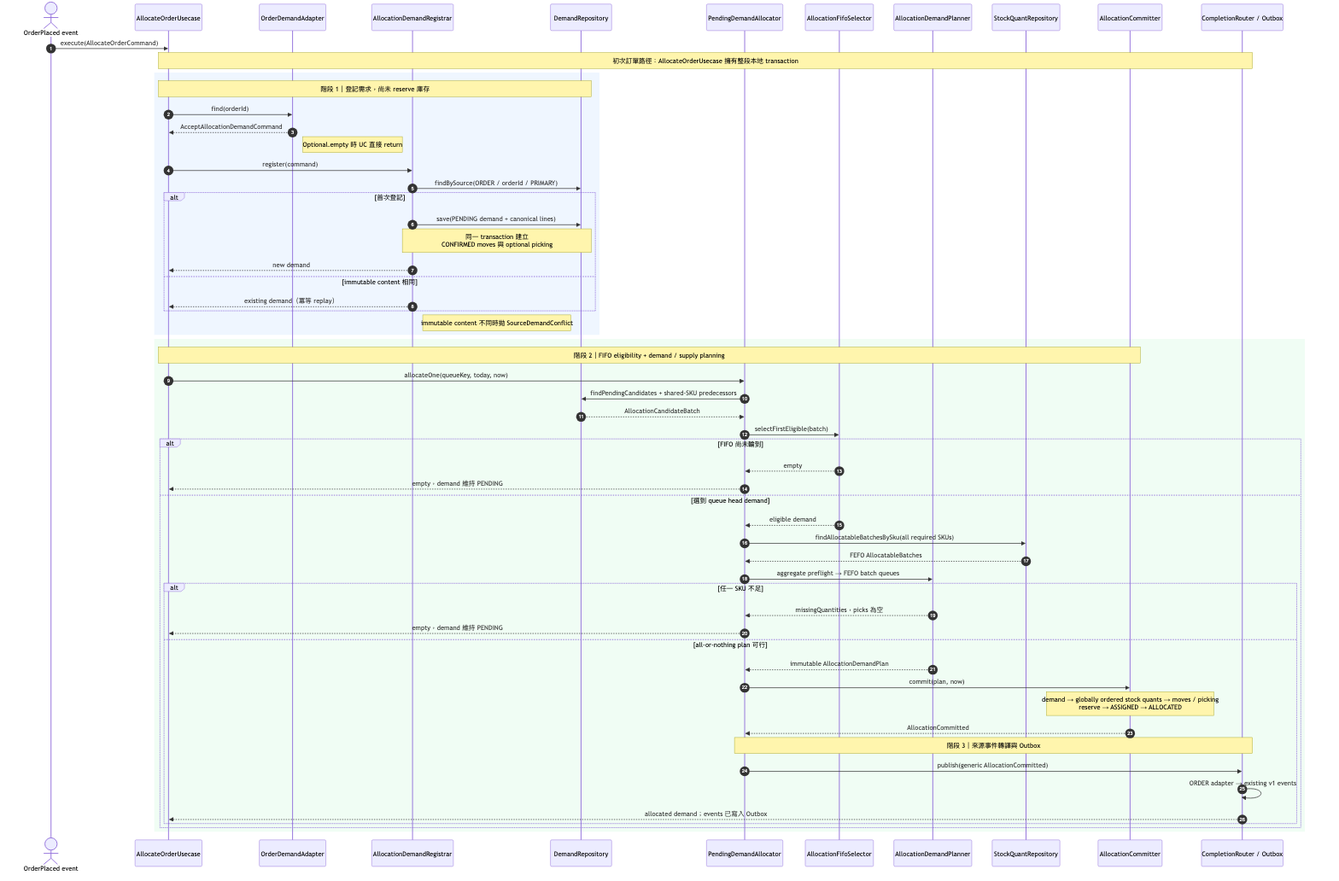
The Mermaid diagram docs/images/allocation-order-sequence.png in zhjiangexe/order-allocation-arch-demo, before a commit. Its source is kept beside it as docs/diagrams/allocation-order-sequence.mmd. Source of this version:
```mermaid
sequenceDiagram
    autonumber
    actor Event as OrderPlaced event
    participant UC as AllocateOrderUsecase
    participant Adapter as OrderDemandAdapter
    participant Registrar as AllocationDemandRegistrar
    participant DemandRepo as DemandRepository
    participant Attempt as PendingDemandAllocator
    participant Fifo as AllocationFifoSelector
    participant Planner as AllocationDemandPlanner
    participant StockRepo as StockQuantRepository
    participant Committer as AllocationCommitter
    participant Completion as CompletionRouter / Outbox

    Event->>UC: execute(AllocateOrderCommand)
    Note over UC,Completion: 初次訂單路徑：AllocateOrderUsecase 擁有整段本地 transaction

    rect rgb(239, 246, 255)
        Note over UC,DemandRepo: 階段 1｜登記需求，尚未 reserve 庫存
        UC->>Adapter: find(orderId)
        Adapter-->>UC: AcceptAllocationDemandCommand
        Note right of Adapter: Optional.empty 時 UC 直接 return

        UC->>Registrar: register(command)
        Registrar->>DemandRepo: findBySource(ORDER / orderId / PRIMARY)
        alt 首次登記
            Registrar->>DemandRepo: save(PENDING demand + canonical lines)
            Note over Registrar,DemandRepo: 同一 transaction 建立<br/>CONFIRMED moves 與 optional picking
            Registrar-->>UC: new demand
        else immutable content 相同
            Registrar-->>UC: existing demand（冪等 replay）
        end
        Note right of Registrar: immutable content 不同時拋 SourceDemandConflict
    end

    rect rgb(240, 253, 244)
        Note over UC,Committer: 階段 2｜FIFO eligibility + demand / supply planning
        UC->>Attempt: allocateOne(queueKey, today, now)
        Attempt->>DemandRepo: findPendingCandidates + shared-SKU predecessors
        DemandRepo-->>Attempt: AllocationCandidateBatch
        Attempt->>Fifo: selectFirstEligible(batch)

        alt FIFO 尚未輪到
            Fifo-->>Attempt: empty
            Attempt-->>UC: empty，demand 維持 PENDING
        else 選到 queue head demand
            Fifo-->>Attempt: eligible demand
            Attempt->>StockRepo: findAllocatableBatchesBySku(all required SKUs)
            StockRepo-->>Attempt: FEFO AllocatableBatches
            Attempt->>Planner: aggregate preflight → FEFO batch queues

            alt 任一 SKU 不足
                Planner-->>Attempt: missingQuantities，picks 為空
                Attempt-->>UC: empty，demand 維持 PENDING
            else all-or-nothing plan 可行
                Planner-->>Attempt: immutable AllocationDemandPlan
                Attempt->>Committer: commit(plan, now)
                Note over Committer: demand → globally ordered stock quants → moves / picking<br/>reserve → ASSIGNED → ALLOCATED
                Committer-->>Attempt: AllocationCommitted
                Note over Attempt,Completion: 階段 3｜來源事件轉譯與 Outbox
                Attempt->>Completion: publish(generic AllocationCommitted)
                Completion->>Completion: ORDER adapter → existing v1 events
                Completion-->>UC: allocated demand；events 已寫入 Outbox
            end
        end
    end
```
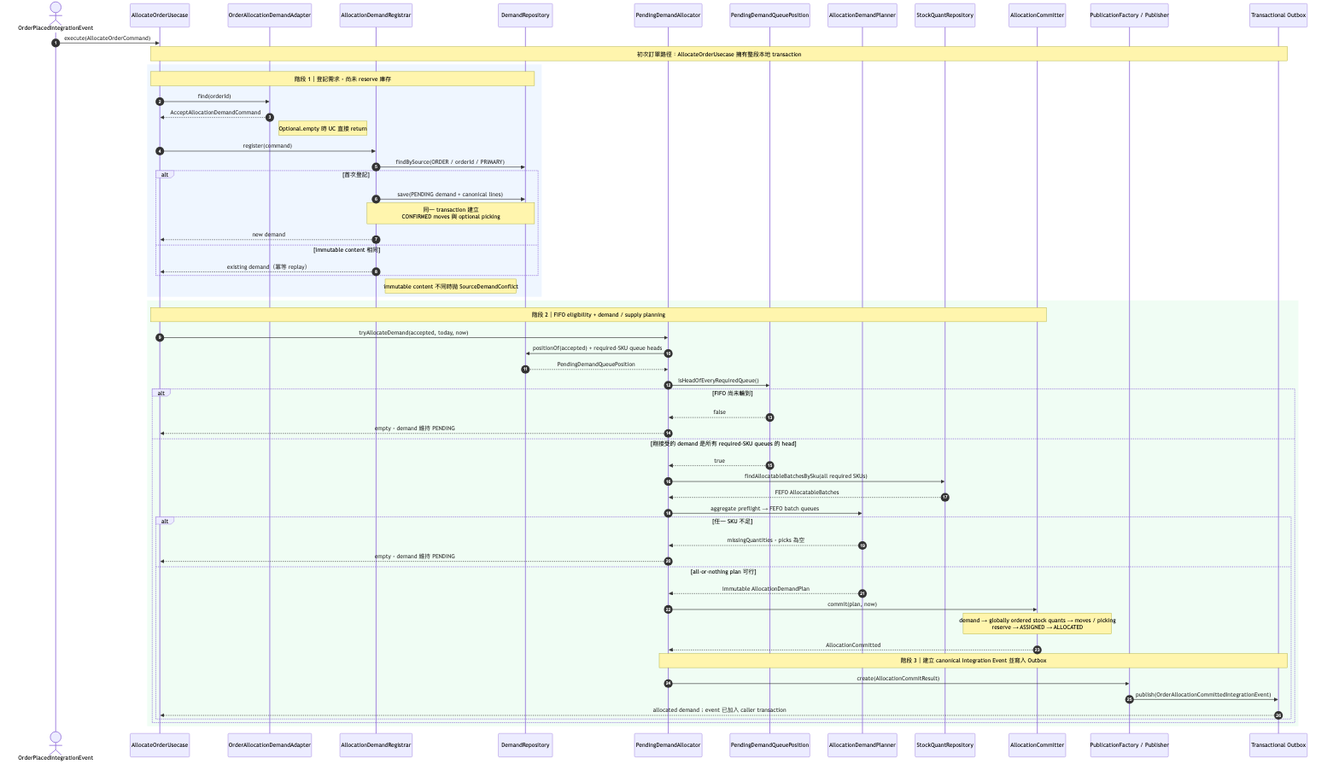
After the change.

Change to the diagram source:
```diff
@@ -1,19 +1,20 @@
 sequenceDiagram
     autonumber
-    actor Event as OrderPlaced event
+    actor Event as OrderPlacedIntegrationEvent
     participant UC as AllocateOrderUsecase
-    participant Adapter as OrderDemandAdapter
+    participant Adapter as OrderAllocationDemandAdapter
     participant Registrar as AllocationDemandRegistrar
     participant DemandRepo as DemandRepository
     participant Attempt as PendingDemandAllocator
-    participant Fifo as AllocationFifoSelector
+    participant Position as PendingDemandQueuePosition
     participant Planner as AllocationDemandPlanner
     participant StockRepo as StockQuantRepository
     participant Committer as AllocationCommitter
-    participant Completion as CompletionRouter / Outbox
+    participant Publication as PublicationFactory / Publisher
+    participant Outbox as Transactional Outbox
 
     Event->>UC: execute(AllocateOrderCommand)
-    Note over UC,Completion: 初次訂單路徑：AllocateOrderUsecase 擁有整段本地 transaction
+    Note over UC,Outbox: 初次訂單路徑：AllocateOrderUsecase 擁有整段本地 transaction
 
     rect rgb(239, 246, 255)
         Note over UC,DemandRepo: 階段 1｜登記需求，尚未 reserve 庫存
@@ -35,16 +36,16 @@
 
     rect rgb(240, 253, 244)
         Note over UC,Committer: 階段 2｜FIFO eligibility + demand / supply planning
-        UC->>Attempt: allocateOne(queueKey, today, now)
-        Attempt->>DemandRepo: findPendingCandidates + shared-SKU predecessors
-        DemandRepo-->>Attempt: AllocationCandidateBatch
-        Attempt->>Fifo: selectFirstEligible(batch)
+        UC->>Attempt: tryAllocateDemand(accepted, today, now)
+        Attempt->>DemandRepo: positionOf(accepted) + required-SKU queue heads
+        DemandRepo-->>Attempt: PendingDemandQueuePosition
+        Attempt->>Position: isHeadOfEveryRequiredQueue()
 
         alt FIFO 尚未輪到
-            Fifo-->>Attempt: empty
+            Position-->>Attempt: false
             Attempt-->>UC: empty，demand 維持 PENDING
-        else 選到 queue head demand
-            Fifo-->>Attempt: eligible demand
+        else 剛接受的 demand 是所有 required-SKU queues 的 head
+            Position-->>Attempt: true
             Attempt->>StockRepo: findAllocatableBatchesBySku(all required SKUs)
             StockRepo-->>Attempt: FEFO AllocatableBatches
             Attempt->>Planner: aggregate preflight → FEFO batch queues
@@ -57,10 +58,10 @@
                 Attempt->>Committer: commit(plan, now)
                 Note over Committer: demand → globally ordered stock quants → moves / picking<br/>reserve → ASSIGNED → ALLOCATED
                 Committer-->>Attempt: AllocationCommitted
-                Note over Attempt,Completion: 階段 3｜來源事件轉譯與 Outbox
-                Attempt->>Completion: publish(generic AllocationCommitted)
-                Completion->>Completion: ORDER adapter → existing v1 events
-                Completion-->>UC: allocated demand；events 已寫入 Outbox
+                Note over Attempt,Outbox: 階段 3｜建立 canonical Integration Event 並寫入 Outbox
+                Attempt->>Publication: create(AllocationCommitResult)
+                Publication->>Outbox: publish(OrderAllocationCommittedIntegrationEvent)
+                Outbox-->>UC: allocated demand；event 已加入 caller transaction
             end
         end
     end
```
